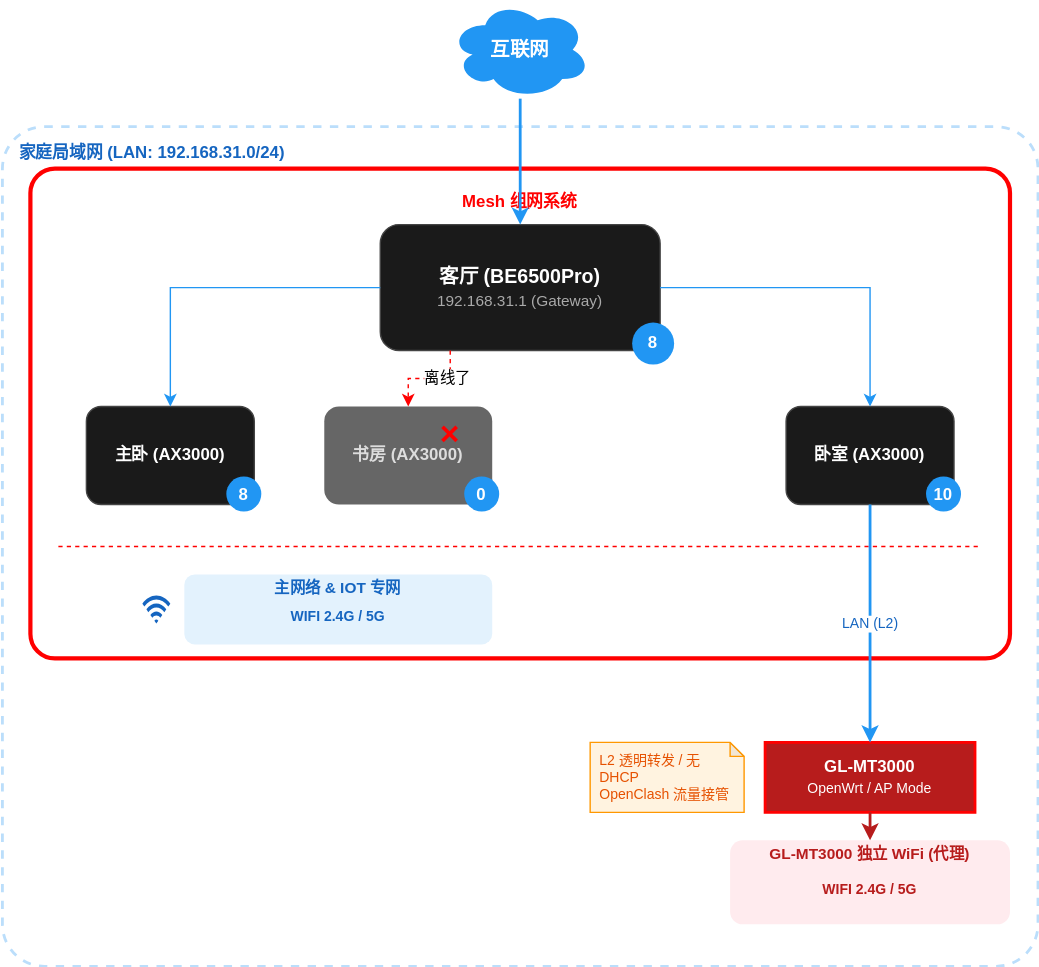
Before: docs/DailyLife/组网/当前组网.svg, a diagram exported from draw.io (233Official/dailynotes). Source tidied: cells renumbered, new cells last; positions are measured from the earlier drawing's top-left corner, leaving out a move shared by most shapes. The source it was exported from:
```xml
<mxGraphModel>
  <root>
    <mxCell id="0" />
    <mxCell id="1" parent="0" />
    <mxCell id="2" value="互联网" style="ellipse;shape=cloud;whiteSpace=wrap;html=1;fillColor=#2196F3;strokeColor=none;fontColor=#FFFFFF;fontStyle=1;fontSize=14;" parent="1" vertex="1">
      <mxGeometry x="320" width="100" height="70" as="geometry" />
    </mxCell>
    <mxCell id="3" value="家庭局域网 (LAN: 192.168.31.0/24)" style="rounded=1;whiteSpace=wrap;html=1;fillColor=none;strokeColor=#BBDEFB;strokeWidth=2;dashed=1;arcSize=5;verticalAlign=top;fontStyle=1;fontColor=#1565C0;spacingTop=5;spacingLeft=10;align=left;" parent="1" vertex="1">
      <mxGeometry y="90" width="740" height="600" as="geometry" />
    </mxCell>
    <mxCell id="4" value="Mesh 组网系统" style="rounded=1;whiteSpace=wrap;html=1;fillColor=none;strokeColor=#FF0000;strokeWidth=3;arcSize=5;verticalAlign=top;fontStyle=1;fontColor=#FF0000;spacingTop=10;" parent="1" vertex="1">
      <mxGeometry x="20" y="120" width="700" height="350" as="geometry" />
    </mxCell>
    <mxCell id="5" value="客厅 (BE6500Pro)&lt;br&gt;&lt;span style=&quot;font-size:11px;font-weight:normal;color:#AAAAAA&quot;&gt;192.168.31.1 (Gateway)&lt;/span&gt;" style="rounded=1;whiteSpace=wrap;html=1;fillColor=#1A1A1A;strokeColor=#444444;fontColor=#FFFFFF;fontStyle=1;fontSize=14;arcSize=15;" parent="1" vertex="1">
      <mxGeometry x="270" y="160" width="200" height="90" as="geometry" />
    </mxCell>
    <mxCell id="6" value="8" style="ellipse;whiteSpace=wrap;html=1;fillColor=#2196F3;strokeColor=none;fontColor=#FFFFFF;fontStyle=1;fontSize=12;" parent="1" vertex="1">
      <mxGeometry x="450" y="230" width="30" height="30" as="geometry" />
    </mxCell>
    <mxCell id="7" value="主卧 (AX3000)" style="rounded=1;whiteSpace=wrap;html=1;fillColor=#1A1A1A;strokeColor=#444444;fontColor=#FFFFFF;fontStyle=1;fontSize=12;arcSize=15;" parent="1" vertex="1">
      <mxGeometry x="60" y="290" width="120" height="70" as="geometry" />
    </mxCell>
    <mxCell id="8" value="8" style="ellipse;whiteSpace=wrap;html=1;fillColor=#2196F3;strokeColor=none;fontColor=#FFFFFF;fontStyle=1;" parent="1" vertex="1">
      <mxGeometry x="160" y="340" width="25" height="25" as="geometry" />
    </mxCell>
    <mxCell id="9" value="书房 (AX3000)" style="rounded=1;whiteSpace=wrap;html=1;fillColor=#666666;strokeColor=none;fontColor=#DDDDDD;fontStyle=1;fontSize=12;arcSize=15;" parent="1" vertex="1">
      <mxGeometry x="230" y="290" width="120" height="70" as="geometry" />
    </mxCell>
    <mxCell id="10" value="0" style="ellipse;whiteSpace=wrap;html=1;fillColor=#2196F3;strokeColor=none;fontColor=#FFFFFF;fontStyle=1;" parent="1" vertex="1">
      <mxGeometry x="330" y="340" width="25" height="25" as="geometry" />
    </mxCell>
    <mxCell id="11" value="×" style="text;html=1;strokeColor=none;fillColor=none;align=center;verticalAlign=middle;whiteSpace=wrap;rounded=0;fontColor=#FF0000;fontSize=24;fontStyle=1;" parent="1" vertex="1">
      <mxGeometry x="310" y="300" width="20" height="20" as="geometry" />
    </mxCell>
    <mxCell id="12" value="卧室 (AX3000)" style="rounded=1;whiteSpace=wrap;html=1;fillColor=#1A1A1A;strokeColor=#444444;fontColor=#FFFFFF;fontStyle=1;fontSize=12;arcSize=15;" parent="1" vertex="1">
      <mxGeometry x="560" y="290" width="120" height="70" as="geometry" />
    </mxCell>
    <mxCell id="13" value="10" style="ellipse;whiteSpace=wrap;html=1;fillColor=#2196F3;strokeColor=none;fontColor=#FFFFFF;fontStyle=1;" parent="1" vertex="1">
      <mxGeometry x="660" y="340" width="25" height="25" as="geometry" />
    </mxCell>
    <mxCell id="14" style="endArrow=none;html=1;strokeColor=#FF0000;strokeWidth=1;dashed=1;" parent="1" edge="1">
      <mxGeometry relative="1" as="geometry">
        <mxPoint x="40" y="390" as="sourcePoint" />
        <mxPoint x="700" y="390" as="targetPoint" />
      </mxGeometry>
    </mxCell>
    <mxCell id="15" style="rounded=1;whiteSpace=wrap;html=1;fillColor=#E3F2FD;strokeColor=none;" parent="1" vertex="1">
      <mxGeometry x="130" y="410" width="220" height="50" as="geometry" />
    </mxCell>
    <mxCell id="16" value="主网络 &amp; IOT 专网" style="text;html=1;strokeColor=none;fillColor=none;align=center;verticalAlign=middle;whiteSpace=wrap;rounded=0;fontColor=#1565C0;fontSize=11;fontStyle=1;" parent="1" vertex="1">
      <mxGeometry x="130" y="410" width="220" height="20" as="geometry" />
    </mxCell>
    <mxCell id="17" value="WIFI 2.4G / 5G" style="text;html=1;strokeColor=none;fillColor=none;align=center;verticalAlign=middle;whiteSpace=wrap;rounded=0;fontColor=#1565C0;fontStyle=1;fontSize=10;" parent="1" vertex="1">
      <mxGeometry x="130" y="430" width="220" height="20" as="geometry" />
    </mxCell>
    <mxCell id="18" style="shape=mxgraph.ios7.icons.wifi;fillColor=#1565C0;strokeColor=none;" parent="1" vertex="1">
      <mxGeometry x="100" y="425" width="20" height="20" as="geometry" />
    </mxCell>
    <mxCell id="19" value="GL-MT3000&lt;br&gt;&lt;span style=&quot;font-size:10px;font-weight:normal;color:#FFFFFF&quot;&gt;OpenWrt / AP Mode&lt;/span&gt;" style="rounded=0;whiteSpace=wrap;html=1;fillColor=#B71C1C;strokeColor=#FF0000;strokeWidth=2;fontColor=#FFFFFF;fontStyle=1;fontSize=12;" parent="1" vertex="1">
      <mxGeometry x="545" y="530" width="150" height="50" as="geometry" />
    </mxCell>
    <mxCell id="20" value="L2 透明转发 / 无 DHCP&lt;br&gt;OpenClash 流量接管" style="shape=note;whiteSpace=wrap;html=1;backgroundOutline=1;darkOpacity=0.05;fillColor=#FFF3E0;strokeColor=#FF9800;fontColor=#E65100;fontSize=10;size=10;align=left;spacingLeft=5;" parent="1" vertex="1">
      <mxGeometry x="420" y="530" width="110" height="50" as="geometry" />
    </mxCell>
    <mxCell id="21" style="rounded=1;whiteSpace=wrap;html=1;fillColor=#FFEBEE;strokeColor=none;" parent="1" vertex="1">
      <mxGeometry x="520" y="600" width="200" height="60" as="geometry" />
    </mxCell>
    <mxCell id="22" value="GL-MT3000 独立 WiFi (代理)" style="text;html=1;strokeColor=none;fillColor=none;align=center;verticalAlign=middle;whiteSpace=wrap;rounded=0;fontColor=#B71C1C;fontSize=11;fontStyle=1;" parent="1" vertex="1">
      <mxGeometry x="520" y="600" width="200" height="20" as="geometry" />
    </mxCell>
    <mxCell id="23" value="WIFI 2.4G / 5G" style="text;html=1;strokeColor=none;fillColor=none;align=center;verticalAlign=middle;whiteSpace=wrap;rounded=0;fontColor=#B71C1C;fontStyle=1;fontSize=10;" parent="1" vertex="1">
      <mxGeometry x="520" y="620" width="200" height="30" as="geometry" />
    </mxCell>
    <mxCell id="24" style="edgeStyle=orthogonalEdgeStyle;rounded=0;html=1;strokeColor=#2196F3;strokeWidth=2;" parent="1" edge="1" source="2" target="5">
      <mxGeometry relative="1" as="geometry" />
    </mxCell>
    <mxCell id="25" style="edgeStyle=orthogonalEdgeStyle;rounded=0;html=1;strokeColor=#2196F3;strokeWidth=1;exitX=0;exitY=0.5;exitDx=0;exitDy=0;entryX=0.5;entryY=0;entryDx=0;entryDy=0;" parent="1" edge="1" source="5" target="7">
      <mxGeometry relative="1" as="geometry" />
    </mxCell>
    <mxCell id="26" style="edgeStyle=orthogonalEdgeStyle;rounded=0;html=1;strokeColor=#FF0000;strokeWidth=1;dashed=1;exitX=0.25;exitY=1;exitDx=0;exitDy=0;entryX=0.5;entryY=0;entryDx=0;entryDy=0;" parent="1" edge="1" source="5" target="9">
      <mxGeometry relative="1" as="geometry" />
    </mxCell>
    <mxCell id="27" value="离线了" style="edgeLabel;html=1;align=center;verticalAlign=middle;" parent="26" vertex="1">
      <mxGeometry x="-0.34" y="-1" relative="1" as="geometry" />
    </mxCell>
    <mxCell id="28" style="edgeStyle=orthogonalEdgeStyle;rounded=0;html=1;strokeColor=#2196F3;strokeWidth=1;exitX=1;exitY=0.5;exitDx=0;exitDy=0;entryX=0.5;entryY=0;entryDx=0;entryDy=0;" parent="1" edge="1" source="5" target="12">
      <mxGeometry relative="1" as="geometry" />
    </mxCell>
    <mxCell id="29" value="LAN (L2)" style="edgeStyle=orthogonalEdgeStyle;rounded=0;html=1;strokeColor=#2196F3;strokeWidth=2;fontColor=#1565C0;fontSize=10;" parent="1" edge="1" source="12" target="19">
      <mxGeometry relative="1" as="geometry">
        <Array as="points">
          <mxPoint x="620" y="390" />
          <mxPoint x="620" y="390" />
        </Array>
      </mxGeometry>
    </mxCell>
    <mxCell id="30" style="edgeStyle=orthogonalEdgeStyle;rounded=0;html=1;strokeColor=#B71C1C;strokeWidth=2;endArrow=classic;" parent="1" edge="1" source="19" target="21">
      <mxGeometry relative="1" as="geometry" />
    </mxCell>
  </root>
</mxGraphModel>
```
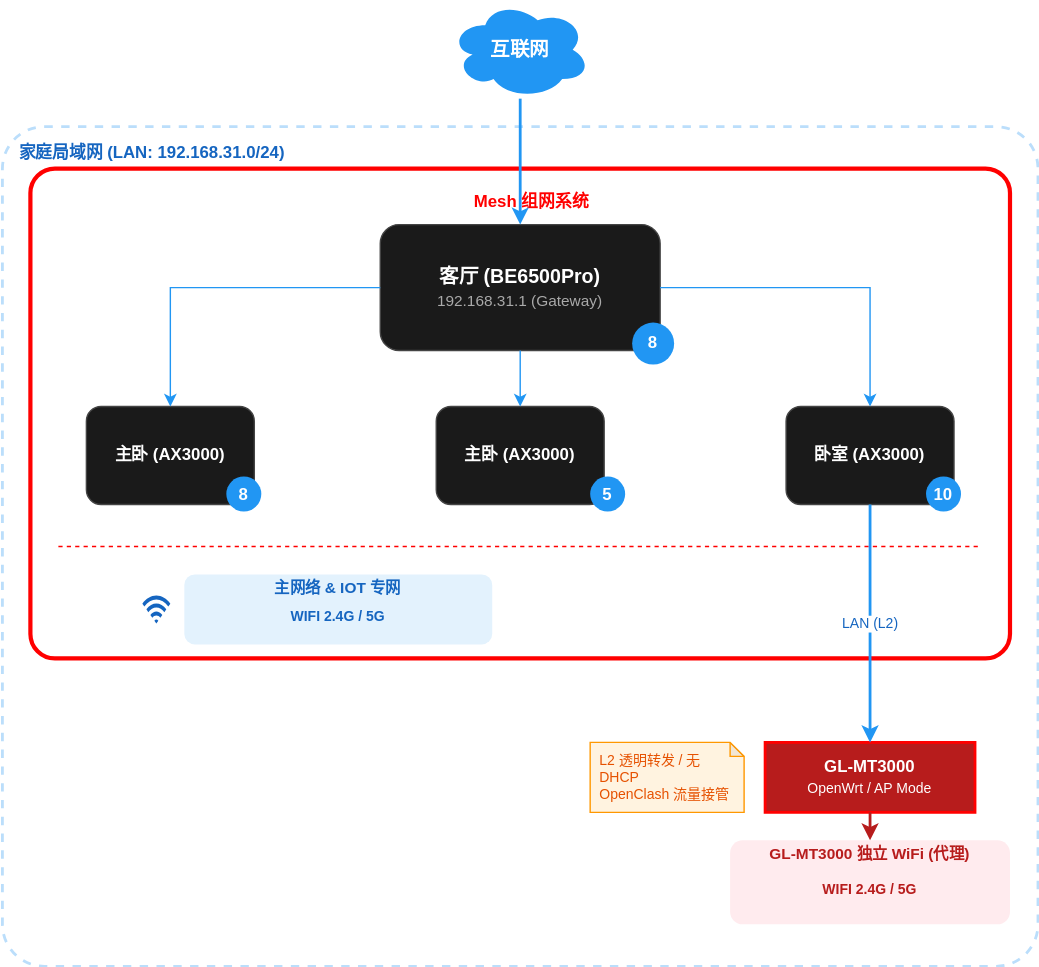
Later version of the same file.

The edit, as a diff of the source:
```diff
@@ -8,7 +8,7 @@
     <mxCell id="3" value="家庭局域网 (LAN: 192.168.31.0/24)" style="rounded=1;whiteSpace=wrap;html=1;fillColor=none;strokeColor=#BBDEFB;strokeWidth=2;dashed=1;arcSize=5;verticalAlign=top;fontStyle=1;fontColor=#1565C0;spacingTop=5;spacingLeft=10;align=left;" parent="1" vertex="1">
       <mxGeometry y="90" width="740" height="600" as="geometry" />
     </mxCell>
-    <mxCell id="4" value="Mesh 组网系统" style="rounded=1;whiteSpace=wrap;html=1;fillColor=none;strokeColor=#FF0000;strokeWidth=3;arcSize=5;verticalAlign=top;fontStyle=1;fontColor=#FF0000;spacingTop=10;" parent="1" vertex="1">
+    <mxCell id="4" value="&amp;nbsp; &amp;nbsp; &amp;nbsp;Mesh 组网系统" style="rounded=1;whiteSpace=wrap;html=1;fillColor=none;strokeColor=#FF0000;strokeWidth=3;arcSize=5;verticalAlign=top;fontStyle=1;fontColor=#FF0000;spacingTop=10;" parent="1" vertex="1">
       <mxGeometry x="20" y="120" width="700" height="350" as="geometry" />
     </mxCell>
     <mxCell id="5" value="客厅 (BE6500Pro)&lt;br&gt;&lt;span style=&quot;font-size:11px;font-weight:normal;color:#AAAAAA&quot;&gt;192.168.31.1 (Gateway)&lt;/span&gt;" style="rounded=1;whiteSpace=wrap;html=1;fillColor=#1A1A1A;strokeColor=#444444;fontColor=#FFFFFF;fontStyle=1;fontSize=14;arcSize=15;" parent="1" vertex="1">
@@ -23,15 +23,6 @@
     <mxCell id="8" value="8" style="ellipse;whiteSpace=wrap;html=1;fillColor=#2196F3;strokeColor=none;fontColor=#FFFFFF;fontStyle=1;" parent="1" vertex="1">
       <mxGeometry x="160" y="340" width="25" height="25" as="geometry" />
     </mxCell>
-    <mxCell id="9" value="书房 (AX3000)" style="rounded=1;whiteSpace=wrap;html=1;fillColor=#666666;strokeColor=none;fontColor=#DDDDDD;fontStyle=1;fontSize=12;arcSize=15;" parent="1" vertex="1">
-      <mxGeometry x="230" y="290" width="120" height="70" as="geometry" />
-    </mxCell>
-    <mxCell id="10" value="0" style="ellipse;whiteSpace=wrap;html=1;fillColor=#2196F3;strokeColor=none;fontColor=#FFFFFF;fontStyle=1;" parent="1" vertex="1">
-      <mxGeometry x="330" y="340" width="25" height="25" as="geometry" />
-    </mxCell>
-    <mxCell id="11" value="×" style="text;html=1;strokeColor=none;fillColor=none;align=center;verticalAlign=middle;whiteSpace=wrap;rounded=0;fontColor=#FF0000;fontSize=24;fontStyle=1;" parent="1" vertex="1">
-      <mxGeometry x="310" y="300" width="20" height="20" as="geometry" />
-    </mxCell>
     <mxCell id="12" value="卧室 (AX3000)" style="rounded=1;whiteSpace=wrap;html=1;fillColor=#1A1A1A;strokeColor=#444444;fontColor=#FFFFFF;fontStyle=1;fontSize=12;arcSize=15;" parent="1" vertex="1">
       <mxGeometry x="560" y="290" width="120" height="70" as="geometry" />
     </mxCell>
@@ -77,12 +68,6 @@
     <mxCell id="25" style="edgeStyle=orthogonalEdgeStyle;rounded=0;html=1;strokeColor=#2196F3;strokeWidth=1;exitX=0;exitY=0.5;exitDx=0;exitDy=0;entryX=0.5;entryY=0;entryDx=0;entryDy=0;" parent="1" edge="1" source="5" target="7">
       <mxGeometry relative="1" as="geometry" />
     </mxCell>
-    <mxCell id="26" style="edgeStyle=orthogonalEdgeStyle;rounded=0;html=1;strokeColor=#FF0000;strokeWidth=1;dashed=1;exitX=0.25;exitY=1;exitDx=0;exitDy=0;entryX=0.5;entryY=0;entryDx=0;entryDy=0;" parent="1" edge="1" source="5" target="9">
-      <mxGeometry relative="1" as="geometry" />
-    </mxCell>
-    <mxCell id="27" value="离线了" style="edgeLabel;html=1;align=center;verticalAlign=middle;" parent="26" vertex="1">
-      <mxGeometry x="-0.34" y="-1" relative="1" as="geometry" />
-    </mxCell>
     <mxCell id="28" style="edgeStyle=orthogonalEdgeStyle;rounded=0;html=1;strokeColor=#2196F3;strokeWidth=1;exitX=1;exitY=0.5;exitDx=0;exitDy=0;entryX=0.5;entryY=0;entryDx=0;entryDy=0;" parent="1" edge="1" source="5" target="12">
       <mxGeometry relative="1" as="geometry" />
     </mxCell>
@@ -97,5 +82,14 @@
     <mxCell id="30" style="edgeStyle=orthogonalEdgeStyle;rounded=0;html=1;strokeColor=#B71C1C;strokeWidth=2;endArrow=classic;" parent="1" edge="1" source="19" target="21">
       <mxGeometry relative="1" as="geometry" />
     </mxCell>
+    <mxCell id="31" value="主卧 (AX3000)" style="rounded=1;whiteSpace=wrap;html=1;fillColor=#1A1A1A;strokeColor=#444444;fontColor=#FFFFFF;fontStyle=1;fontSize=12;arcSize=15;" parent="1" vertex="1">
+      <mxGeometry x="310" y="290" width="120" height="70" as="geometry" />
+    </mxCell>
+    <mxCell id="32" style="edgeStyle=orthogonalEdgeStyle;rounded=0;html=1;strokeColor=#2196F3;strokeWidth=1;exitX=0.5;exitY=1;exitDx=0;exitDy=0;entryX=0.5;entryY=0;entryDx=0;entryDy=0;" parent="1" edge="1" source="5" target="31">
+      <mxGeometry relative="1" as="geometry" />
+    </mxCell>
+    <mxCell id="10" value="5" style="ellipse;whiteSpace=wrap;html=1;fillColor=#2196F3;strokeColor=none;fontColor=#FFFFFF;fontStyle=1;" parent="1" vertex="1">
+      <mxGeometry x="420" y="340" width="25" height="25" as="geometry" />
+    </mxCell>
   </root>
 </mxGraphModel>
```
